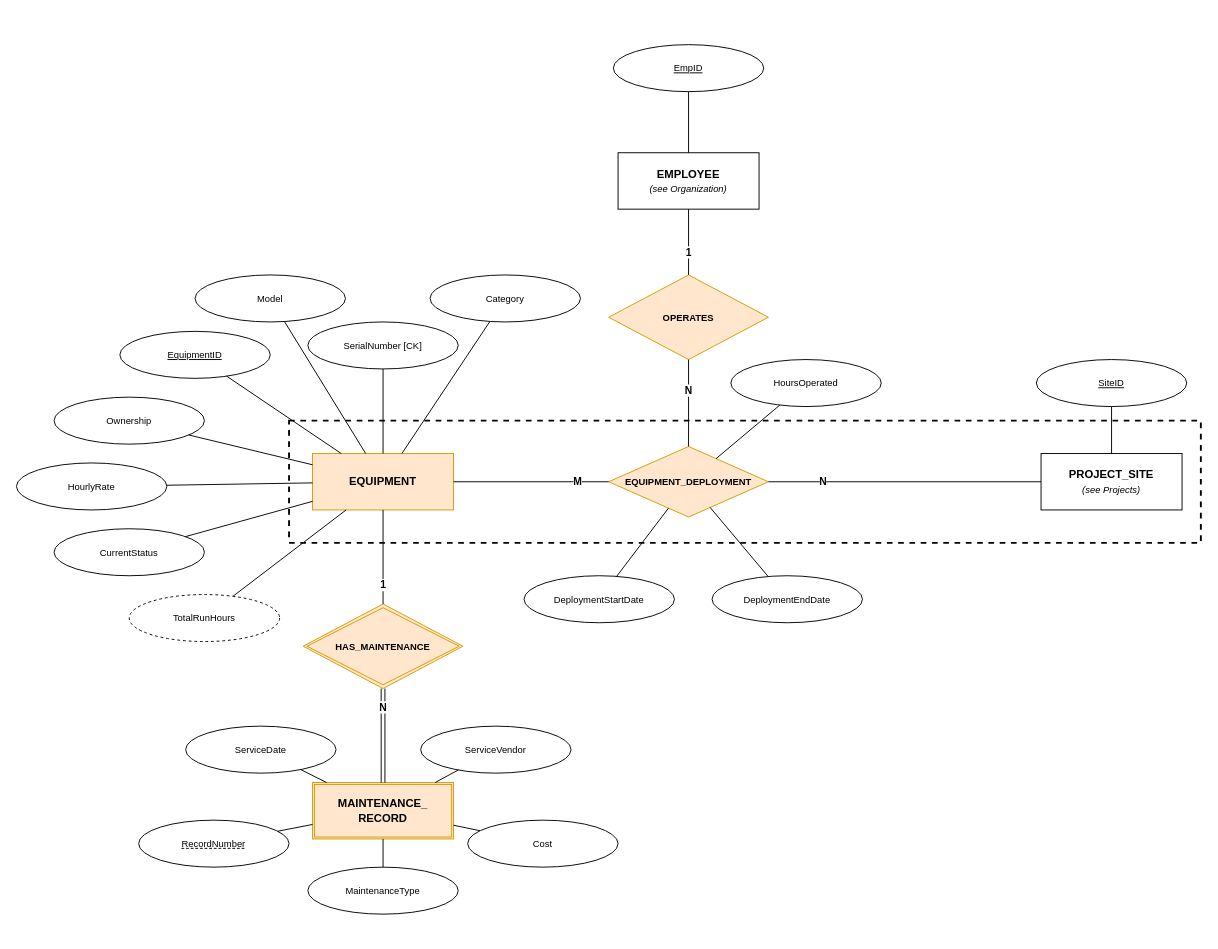
This is page "Equipment" (4 of 7) of docs/phase2/erd/separated.drawio from mynhleeh/database-prj, a draw.io file, before an edit. Source tidied: cells renumbered, new cells numbered last; positions are measured from the earlier drawing's top-left corner, leaving out a move shared by most shapes. Both pictures are drawn from the tidied source at 94%, with x=0, y=0 at pixel (16, 44).
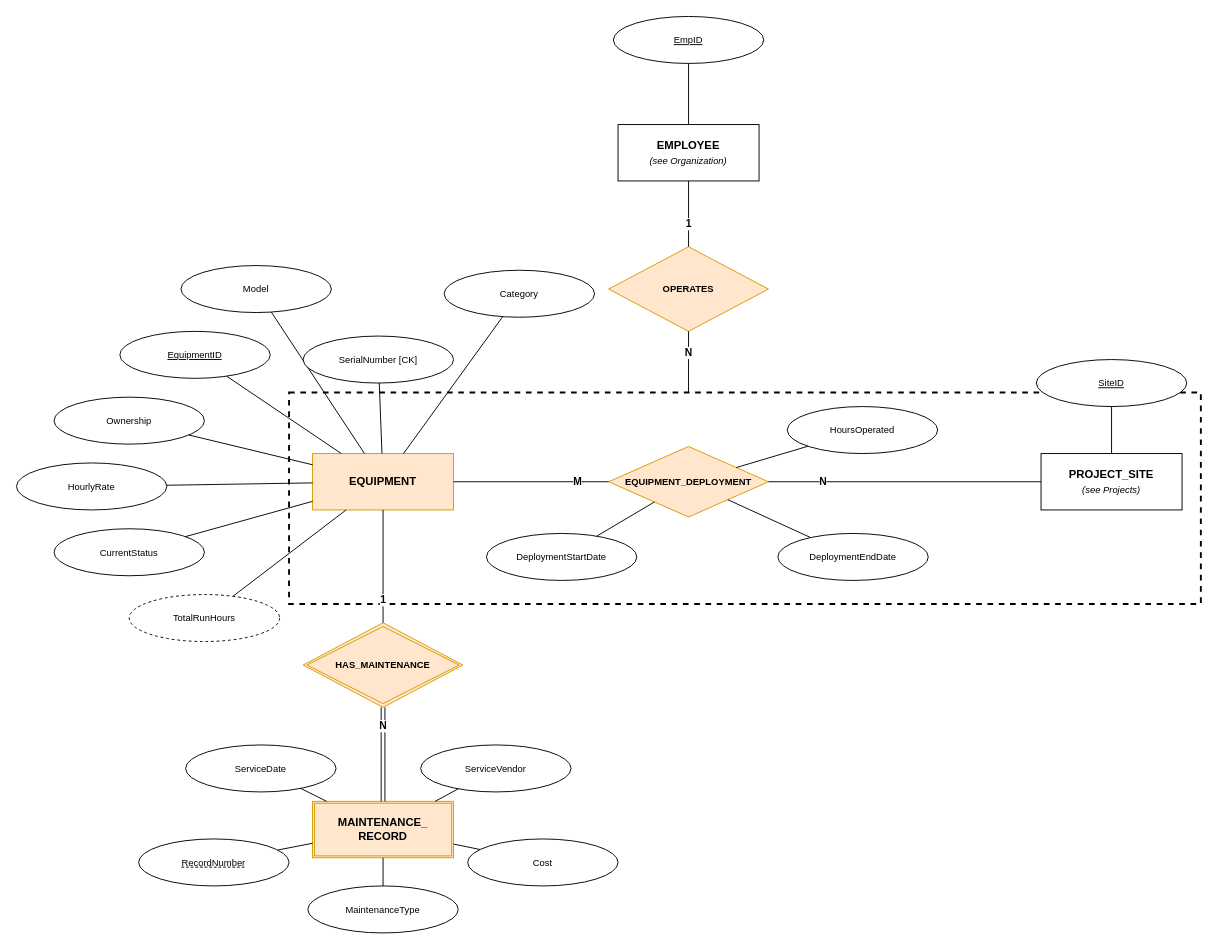
The same page after the edit.

Unchanged cells that the change refers to:
```xml
<mxCell id="3" value="EQUIPMENT" style="rounded=0;whiteSpace=wrap;html=1;fontStyle=1;fontSize=12;fillColor=#ffe6cc;strokeColor=#d79b00;" parent="1" vertex="1">
  <mxGeometry x="315" y="435" width="150" height="60" as="geometry" />
</mxCell>
<mxCell id="20" value="PROJECT_&lt;wbr&gt;SITE&lt;br&gt;&lt;i style=&quot;font-weight:normal;font-size:10px&quot;&gt;(see Projects)&lt;/i&gt;" style="rounded=0;whiteSpace=wrap;html=1;fontStyle=1;fontSize=12;" parent="1" vertex="1">
  <mxGeometry x="1090" y="435" width="150" height="60" as="geometry" />
</mxCell>
<mxCell id="23" value="EQUIPMENT_&lt;wbr&gt;DEPLOYMENT" style="shape=rhombus;perimeter=rhombusPerimeter;whiteSpace=wrap;html=1;fontStyle=1;fontSize=10;fillColor=#ffe6cc;strokeColor=#d79b00;" parent="1" vertex="1">
  <mxGeometry x="630" y="427.5" width="170" height="75" as="geometry" />
</mxCell>
```

The edit, as a diff of the source:
```diff
@@
     <mxCell id="2" style="rounded=0;whiteSpace=wrap;html=1;dashed=1;fillColor=none;strokeWidth=2;" parent="1" vertex="1">
-      <mxGeometry x="290" y="400" width="970" height="130" as="geometry" />
+      <mxGeometry x="290" y="370" width="970" height="225" as="geometry" />
     </mxCell>
@@
     <mxCell id="6" value="Model" style="ellipse;whiteSpace=wrap;html=1;fontSize=10;" parent="1" vertex="1">
-      <mxGeometry x="190" y="245" width="160" height="50" as="geometry" />
+      <mxGeometry x="175" y="235" width="160" height="50" as="geometry" />
     </mxCell>
@@
     <mxCell id="8" value="SerialNumber [CK]" style="ellipse;whiteSpace=wrap;html=1;fontSize=10;" parent="1" vertex="1">
-      <mxGeometry x="310" y="295" width="160" height="50" as="geometry" />
+      <mxGeometry x="305" y="310" width="160" height="50" as="geometry" />
     </mxCell>
@@
     <mxCell id="10" value="Category" style="ellipse;whiteSpace=wrap;html=1;fontSize=10;" parent="1" vertex="1">
-      <mxGeometry x="440" y="245" width="160" height="50" as="geometry" />
+      <mxGeometry x="455" y="240" width="160" height="50" as="geometry" />
     </mxCell>
@@
     <mxCell id="24" value="DeploymentStartDate" style="ellipse;whiteSpace=wrap;html=1;fontSize=10;" parent="1" vertex="1">
-      <mxGeometry x="540" y="565" width="160" height="50" as="geometry" />
+      <mxGeometry x="500" y="520" width="160" height="50" as="geometry" />
     </mxCell>
@@
     <mxCell id="26" value="DeploymentEndDate" style="ellipse;whiteSpace=wrap;html=1;fontSize=10;" parent="1" vertex="1">
-      <mxGeometry x="740" y="565" width="160" height="50" as="geometry" />
+      <mxGeometry x="810" y="520" width="160" height="50" as="geometry" />
     </mxCell>
@@
     <mxCell id="28" value="HoursOperated" style="ellipse;whiteSpace=wrap;html=1;fontSize=10;" parent="1" vertex="1">
-      <mxGeometry x="760" y="335" width="160" height="50" as="geometry" />
+      <mxGeometry x="820" y="385" width="160" height="50" as="geometry" />
     </mxCell>
@@
     <mxCell id="30" value="EMPLOYEE&lt;br&gt;&lt;i style=&quot;font-weight:normal;font-size:10px&quot;&gt;(see Organization)&lt;/i&gt;" style="rounded=0;whiteSpace=wrap;html=1;fontStyle=1;fontSize=12;" parent="1" vertex="1">
-      <mxGeometry x="640" y="115" width="150" height="60" as="geometry" />
+      <mxGeometry x="640" y="85" width="150" height="60" as="geometry" />
     </mxCell>
     <mxCell id="31" value="EmpID" style="ellipse;whiteSpace=wrap;html=1;fontSize=10;fontStyle=4;" parent="1" vertex="1">
-      <mxGeometry x="635" width="160" height="50" as="geometry" />
+      <mxGeometry x="635" y="-30" width="160" height="50" as="geometry" />
     </mxCell>
@@
     <mxCell id="33" value="OPERATES" style="shape=rhombus;perimeter=rhombusPerimeter;whiteSpace=wrap;html=1;fontStyle=1;fontSize=10;fillColor=#ffe6cc;strokeColor=#d79b00;" parent="1" vertex="1">
-      <mxGeometry x="630" y="245" width="170" height="90" as="geometry" />
+      <mxGeometry x="630" y="215" width="170" height="90" as="geometry" />
     </mxCell>
     <mxCell id="34" value="MAINTENANCE_&lt;wbr&gt;RECORD" style="shape=ext;double=1;rounded=0;whiteSpace=wrap;html=1;fontStyle=1;fontSize=12;fillColor=#ffe6cc;strokeColor=#d79b00;" parent="1" vertex="1">
-      <mxGeometry x="315" y="785" width="150" height="60" as="geometry" />
+      <mxGeometry x="315" y="805" width="150" height="60" as="geometry" />
     </mxCell>
     <mxCell id="35" value="&lt;u style=&quot;text-decoration: underline dashed;&quot;&gt;RecordNumber&lt;/u&gt;" style="ellipse;whiteSpace=wrap;html=1;fontSize=10;" parent="1" vertex="1">
-      <mxGeometry x="130" y="825" width="160" height="50" as="geometry" />
+      <mxGeometry x="130" y="845" width="160" height="50" as="geometry" />
     </mxCell>
@@
     <mxCell id="37" value="ServiceDate" style="ellipse;whiteSpace=wrap;html=1;fontSize=10;" parent="1" vertex="1">
-      <mxGeometry x="180" y="725" width="160" height="50" as="geometry" />
+      <mxGeometry x="180" y="745" width="160" height="50" as="geometry" />
     </mxCell>
@@
     <mxCell id="39" value="MaintenanceType" style="ellipse;whiteSpace=wrap;html=1;fontSize=10;" parent="1" vertex="1">
-      <mxGeometry x="310" y="875" width="160" height="50" as="geometry" />
+      <mxGeometry x="310" y="895" width="160" height="50" as="geometry" />
     </mxCell>
@@
     <mxCell id="41" value="Cost" style="ellipse;whiteSpace=wrap;html=1;fontSize=10;" parent="1" vertex="1">
-      <mxGeometry x="480" y="825" width="160" height="50" as="geometry" />
+      <mxGeometry x="480" y="845" width="160" height="50" as="geometry" />
     </mxCell>
@@
     <mxCell id="43" value="ServiceVendor" style="ellipse;whiteSpace=wrap;html=1;fontSize=10;" parent="1" vertex="1">
-      <mxGeometry x="430" y="725" width="160" height="50" as="geometry" />
+      <mxGeometry x="430" y="745" width="160" height="50" as="geometry" />
     </mxCell>
@@
     <mxCell id="45" value="HAS_&lt;wbr&gt;MAINTENANCE" style="shape=rhombus;double=1;perimeter=rhombusPerimeter;whiteSpace=wrap;html=1;fontStyle=1;fontSize=10;fillColor=#ffe6cc;strokeColor=#d79b00;" parent="1" vertex="1">
-      <mxGeometry x="305" y="595" width="170" height="90" as="geometry" />
+      <mxGeometry x="305" y="615" width="170" height="90" as="geometry" />
     </mxCell>
-    <mxCell id="46" value="M" style="endArrow=none;html=1;rounded=0;labelBackgroundColor=default;fontStyle=1;" parent="1" edge="1" source="3" target="23">
+    <mxCell id="46" value="M" style="endArrow=none;html=1;rounded=0;labelBackgroundColor=default;fontStyle=1;strokeWidth=1;exitX=1;exitY=0.5;exitDx=0;exitDy=0;entryX=0;entryY=0.5;entryDx=0;entryDy=0;" parent="1" edge="1" source="3" target="23">
       <mxGeometry x="0.6" relative="1" as="geometry" />
     </mxCell>
-    <mxCell id="47" value="N" style="endArrow=none;html=1;rounded=0;labelBackgroundColor=default;fontStyle=1;" parent="1" edge="1" source="20" target="23">
+    <mxCell id="47" value="N" style="endArrow=none;html=1;rounded=0;labelBackgroundColor=default;fontStyle=1;strokeWidth=1;exitX=0;exitY=0.5;exitDx=0;exitDy=0;entryX=1;entryY=0.5;entryDx=0;entryDy=0;" parent="1" edge="1" source="20" target="23">
       <mxGeometry x="0.6" relative="1" as="geometry" />
     </mxCell>
-    <mxCell id="48" value="1" style="endArrow=none;html=1;rounded=0;labelBackgroundColor=default;fontStyle=1;" parent="1" edge="1" source="30" target="33">
+    <mxCell id="48" value="1" style="endArrow=none;html=1;rounded=0;labelBackgroundColor=default;fontStyle=1;strokeWidth=1;exitX=0.5;exitY=1;exitDx=0;exitDy=0;entryX=0.5;entryY=0;entryDx=0;entryDy=0;" parent="1" edge="1" source="30" target="33">
       <mxGeometry x="0.3" relative="1" as="geometry" />
     </mxCell>
-    <mxCell id="49" value="N" style="endArrow=none;html=1;rounded=0;labelBackgroundColor=default;fontStyle=1;" parent="1" edge="1" source="23" target="33">
+    <mxCell id="49" value="N" style="endArrow=none;html=1;rounded=0;labelBackgroundColor=default;fontStyle=1;strokeWidth=1;exitX=0.4381;exitY=0;exitDx=0;exitDy=0;entryX=0.5;entryY=1;entryDx=0;entryDy=0;" parent="1" edge="1" source="2" target="33">
       <mxGeometry x="0.3" relative="1" as="geometry" />
     </mxCell>
-    <mxCell id="50" value="1" style="endArrow=none;html=1;rounded=0;labelBackgroundColor=default;fontStyle=1;" parent="1" edge="1" source="3" target="45">
+    <mxCell id="50" value="1" style="endArrow=none;html=1;rounded=0;labelBackgroundColor=default;fontStyle=1;strokeWidth=1;exitX=0.5;exitY=1;exitDx=0;exitDy=0;entryX=0.5;entryY=0;entryDx=0;entryDy=0;" parent="1" edge="1" source="3" target="45">
       <mxGeometry x="0.6" relative="1" as="geometry" />
     </mxCell>
-    <mxCell id="51" value="N" style="endArrow=none;html=1;rounded=0;labelBackgroundColor=default;fontStyle=1;shape=link;" parent="1" edge="1" source="34" target="45">
+    <mxCell id="51" value="N" style="endArrow=none;html=1;rounded=0;labelBackgroundColor=default;fontStyle=1;shape=link;strokeWidth=1;exitX=0.5;exitY=0;exitDx=0;exitDy=0;entryX=0.5;entryY=1;entryDx=0;entryDy=0;" parent="1" edge="1" source="34" target="45">
       <mxGeometry x="0.6" relative="1" as="geometry" />
     </mxCell>
```
